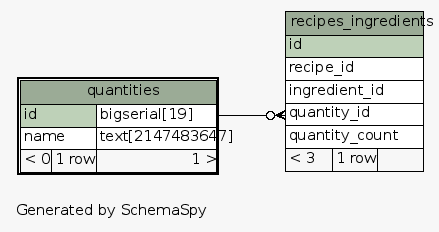
Above: doc/diagrams/quantities.1degree.png in pianiel/food-net (Graphviz), before the change. Its source is kept beside it as doc/diagrams/quantities.1degree.dot.
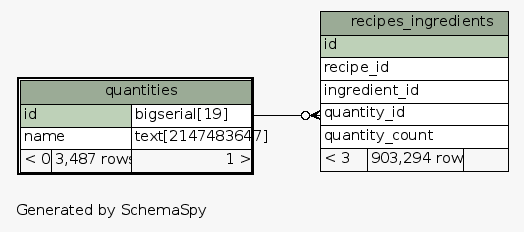
Above is the later version.

The edit, as a diff of the source:
```diff
@@ -24,7 +24,7 @@
       <TR><TD COLSPAN="3" BGCOLOR="#9bab96" ALIGN="CENTER">quantities</TD></TR>
       <TR><TD PORT="id" COLSPAN="2" BGCOLOR="#bed1b8" ALIGN="LEFT">id</TD><TD PORT="id.type" ALIGN="LEFT">bigserial[19]</TD></TR>
       <TR><TD PORT="name" COLSPAN="2" ALIGN="LEFT">name</TD><TD PORT="name.type" ALIGN="LEFT">text[2147483647]</TD></TR>
-      <TR><TD ALIGN="LEFT" BGCOLOR="#f7f7f7">&lt; 0</TD><TD ALIGN="RIGHT" BGCOLOR="#f7f7f7">1 row</TD><TD ALIGN="RIGHT" BGCOLOR="#f7f7f7">1 &gt;</TD></TR>
+      <TR><TD ALIGN="LEFT" BGCOLOR="#f7f7f7">&lt; 0</TD><TD ALIGN="RIGHT" BGCOLOR="#f7f7f7">3,487 rows</TD><TD ALIGN="RIGHT" BGCOLOR="#f7f7f7">1 &gt;</TD></TR>
     </TABLE>>
     URL="quantities.html"
     tooltip="quantities"
@@ -38,7 +38,7 @@
       <TR><TD PORT="ingredient_id" COLSPAN="3" ALIGN="LEFT">ingredient_id</TD></TR>
       <TR><TD PORT="quantity_id" COLSPAN="3" ALIGN="LEFT">quantity_id</TD></TR>
       <TR><TD PORT="quantity_count" COLSPAN="3" ALIGN="LEFT">quantity_count</TD></TR>
-      <TR><TD ALIGN="LEFT" BGCOLOR="#f7f7f7">&lt; 3</TD><TD ALIGN="RIGHT" BGCOLOR="#f7f7f7">1 row</TD><TD ALIGN="RIGHT" BGCOLOR="#f7f7f7">  </TD></TR>
+      <TR><TD ALIGN="LEFT" BGCOLOR="#f7f7f7">&lt; 3</TD><TD ALIGN="RIGHT" BGCOLOR="#f7f7f7">903,294 rows</TD><TD ALIGN="RIGHT" BGCOLOR="#f7f7f7">  </TD></TR>
     </TABLE>>
     URL="recipes_ingredients.html"
     tooltip="recipes_ingredients"
```
